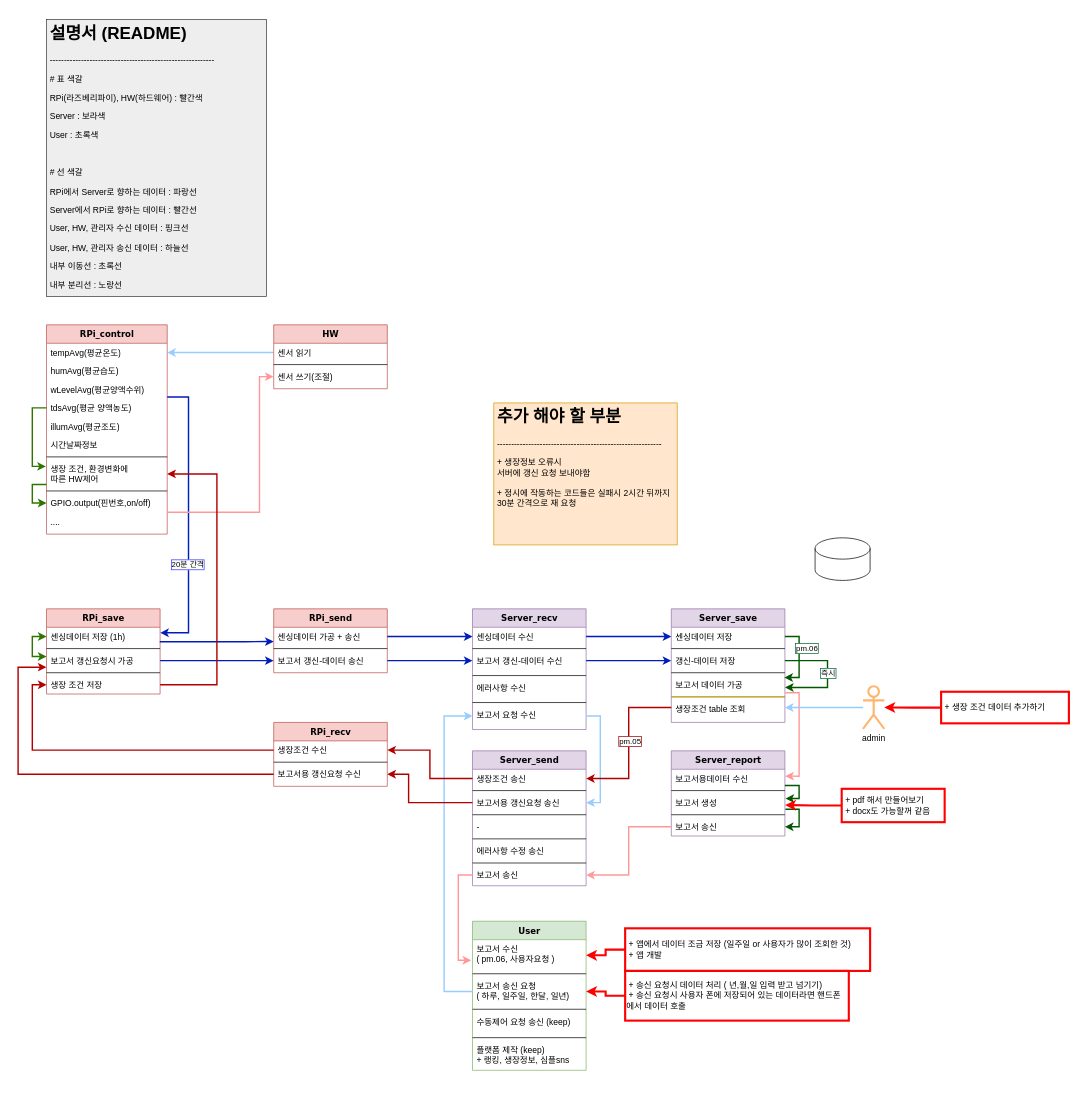
Earlier version of the draw.io diagram blueprint/main_design.drawio (HyeonJi-P/mini_pot). Source tidied: cells renumbered, new cells numbered last; positions are measured from the earlier drawing's top-left corner, leaving out a move shared by most shapes. Both pictures are drawn from the tidied source at 71%, with x=0, y=0 at pixel (18, 19).
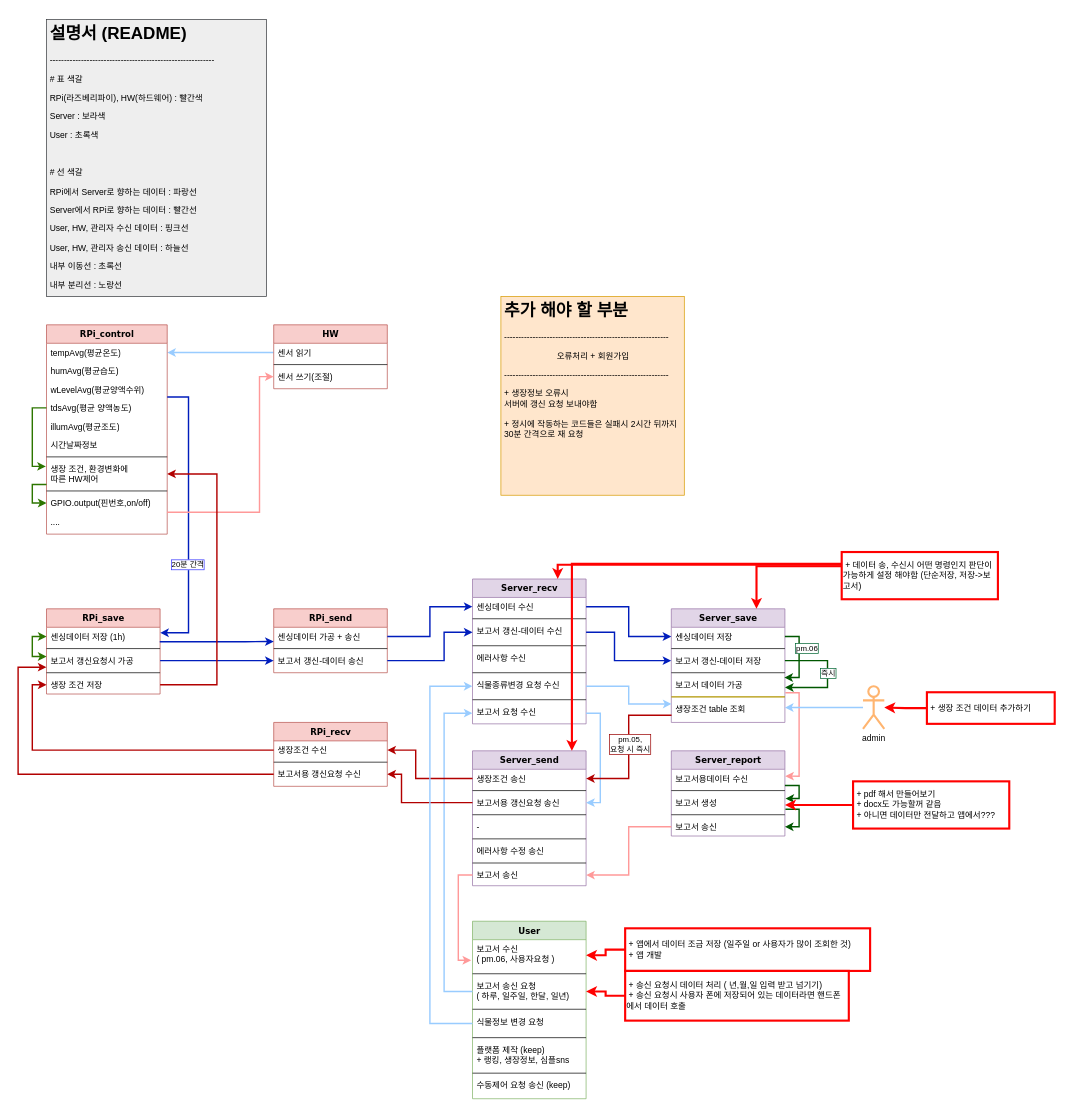
The same page after the edit.

The change refers to these unchanged cells:
```xml
<mxCell id="20" value="보고서 갱신-데이터 송신" style="text;html=1;strokeColor=none;fillColor=none;align=left;verticalAlign=top;spacingLeft=4;spacingRight=4;whiteSpace=wrap;overflow=hidden;points=[[0,0.5],[1,0.5]];portConstraint=eastwest;" parent="17" vertex="1">
  <mxGeometry y="60" width="160" height="26" as="geometry" />
</mxCell>
<mxCell id="22" value="생장조건 수신" style="text;html=1;strokeColor=none;fillColor=none;align=left;verticalAlign=top;spacingLeft=4;spacingRight=4;whiteSpace=wrap;overflow=hidden;points=[[0,0.5],[1,0.5]];portConstraint=eastwest;" parent="21" vertex="1">
  <mxGeometry y="26" width="160" height="26" as="geometry" />
</mxCell>
<mxCell id="24" value="보고서용 갱신요청 수신" style="text;html=1;strokeColor=none;fillColor=none;align=left;verticalAlign=top;spacingLeft=4;spacingRight=4;whiteSpace=wrap;overflow=hidden;points=[[0,0.5],[1,0.5]];portConstraint=eastwest;" parent="21" vertex="1">
  <mxGeometry y="60" width="160" height="26" as="geometry" />
</mxCell>
<mxCell id="32" value="Server_send" style="swimlane;html=1;fontStyle=1;align=center;verticalAlign=top;horizontal=1;startSize=26;swimlaneFillColor=#ffffff;rounded=0;shadow=0;comic=0;labelBackgroundColor=none;strokeWidth=1;fillColor=#e1d5e7;fontFamily=Verdana;fontSize=12;strokeColor=#9673a6;" parent="1" vertex="1">
  <mxGeometry x="640" y="1030" width="160" height="190" as="geometry" />
</mxCell>
<mxCell id="33" value="생장조건 송신" style="text;html=1;strokeColor=none;fillColor=none;align=left;verticalAlign=top;spacingLeft=4;spacingRight=4;whiteSpace=wrap;overflow=hidden;points=[[0,0.5],[1,0.5]];portConstraint=eastwest;" parent="32" vertex="1">
  <mxGeometry y="26" width="160" height="26" as="geometry" />
</mxCell>
<mxCell id="35" value="보고서용 갱신요청 송신" style="text;html=1;strokeColor=none;fillColor=none;align=left;verticalAlign=top;spacingLeft=4;spacingRight=4;whiteSpace=wrap;overflow=hidden;points=[[0,0.5],[1,0.5]];portConstraint=eastwest;" parent="32" vertex="1">
  <mxGeometry y="60" width="160" height="26" as="geometry" />
</mxCell>
<mxCell id="45" value="보고서 갱신-데이터 수신" style="text;html=1;strokeColor=none;fillColor=none;align=left;verticalAlign=top;spacingLeft=4;spacingRight=4;whiteSpace=wrap;overflow=hidden;points=[[0,0.5],[1,0.5]];portConstraint=eastwest;" parent="42" vertex="1">
  <mxGeometry y="60" width="160" height="30" as="geometry" />
</mxCell>
<mxCell id="50" value="Server_save" style="swimlane;html=1;fontStyle=1;align=center;verticalAlign=top;horizontal=1;startSize=26;swimlaneFillColor=#ffffff;rounded=0;shadow=0;comic=0;labelBackgroundColor=none;strokeWidth=1;fillColor=#e1d5e7;fontFamily=Verdana;fontSize=12;strokeColor=#9673a6;" parent="1" vertex="1">
  <mxGeometry x="920" y="830" width="160" height="160" as="geometry" />
</mxCell>
<mxCell id="61" value="생장조건 table 조회" style="text;html=1;strokeColor=none;fillColor=none;align=left;verticalAlign=top;spacingLeft=4;spacingRight=4;whiteSpace=wrap;overflow=hidden;points=[[0,0.5],[1,0.5]];portConstraint=eastwest;" parent="50" vertex="1">
  <mxGeometry y="128" width="160" height="22" as="geometry" />
</mxCell>
<mxCell id="73" value="보고서 송신 요청&lt;br&gt;( 하루, 일주일, 한달, 일년)" style="text;html=1;strokeColor=none;fillColor=none;align=left;verticalAlign=top;spacingLeft=4;spacingRight=4;whiteSpace=wrap;overflow=hidden;points=[[0,0.5],[1,0.5]];portConstraint=eastwest;" parent="70" vertex="1">
  <mxGeometry y="78" width="160" height="42" as="geometry" />
</mxCell>
```

What changed in the source:
```diff
@@
     <mxCell id="42" value="Server_recv" style="swimlane;html=1;fontStyle=1;align=center;verticalAlign=top;horizontal=1;startSize=26;swimlaneFillColor=#ffffff;rounded=0;shadow=0;comic=0;labelBackgroundColor=none;strokeWidth=1;fillColor=#e1d5e7;fontFamily=Verdana;fontSize=12;strokeColor=#9673a6;" parent="1" vertex="1">
-      <mxGeometry x="640" y="830" width="160" height="170" as="geometry" />
+      <mxGeometry x="640" y="788" width="160" height="204" as="geometry" />
     </mxCell>
@@
-    <mxCell id="49" value="보고서 요청 수신" style="text;html=1;strokeColor=none;fillColor=none;align=left;verticalAlign=top;spacingLeft=4;spacingRight=4;whiteSpace=wrap;overflow=hidden;points=[[0,0.5],[1,0.5]];portConstraint=eastwest;" parent="42" vertex="1">
+    <mxCell id="49" value="식물종류변경 요청 수신" style="text;html=1;strokeColor=none;fillColor=none;align=left;verticalAlign=top;spacingLeft=4;spacingRight=4;whiteSpace=wrap;overflow=hidden;points=[[0,0.5],[1,0.5]];portConstraint=eastwest;" parent="42" vertex="1">
       <mxGeometry y="136" width="160" height="30" as="geometry" />
     </mxCell>
+    <mxCell id="116" style="line;html=1;strokeWidth=1;fillColor=none;align=left;verticalAlign=middle;spacingTop=-1;spacingLeft=3;spacingRight=3;labelPosition=right;" parent="42" vertex="1">
+      <mxGeometry y="166" width="160" height="8" as="geometry" />
+    </mxCell>
+    <mxCell id="117" value="보고서 요청 수신" style="text;html=1;strokeColor=none;fillColor=none;align=left;verticalAlign=top;spacingLeft=4;spacingRight=4;whiteSpace=wrap;overflow=hidden;points=[[0,0.5],[1,0.5]];portConstraint=eastwest;" parent="42" vertex="1">
+      <mxGeometry y="174" width="160" height="30" as="geometry" />
+    </mxCell>
@@
-    <mxCell id="55" value="갱신-데이터 저장" style="text;html=1;strokeColor=none;fillColor=none;align=left;verticalAlign=top;spacingLeft=4;spacingRight=4;whiteSpace=wrap;overflow=hidden;points=[[0,0.5],[1,0.5]];portConstraint=eastwest;" parent="50" vertex="1">
+    <mxCell id="55" value="보고서 갱신-데이터 저장" style="text;html=1;strokeColor=none;fillColor=none;align=left;verticalAlign=top;spacingLeft=4;spacingRight=4;whiteSpace=wrap;overflow=hidden;points=[[0,0.5],[1,0.5]];portConstraint=eastwest;" parent="50" vertex="1">
       <mxGeometry y="60" width="160" height="26" as="geometry" />
     </mxCell>
@@
     <mxCell id="70" value="User" style="swimlane;html=1;fontStyle=1;align=center;verticalAlign=top;horizontal=1;startSize=26;swimlaneFillColor=#ffffff;rounded=0;shadow=0;comic=0;labelBackgroundColor=none;strokeWidth=1;fillColor=#d5e8d4;fontFamily=Verdana;fontSize=12;strokeColor=#82b366;" parent="1" vertex="1">
-      <mxGeometry x="640" y="1270" width="160" height="210" as="geometry" />
+      <mxGeometry x="640" y="1270" width="160" height="250" as="geometry" />
     </mxCell>
@@
-    <mxCell id="75" value="수동제어 요청 송신 (keep)" style="text;html=1;strokeColor=none;fillColor=none;align=left;verticalAlign=top;spacingLeft=4;spacingRight=4;whiteSpace=wrap;overflow=hidden;points=[[0,0.5],[1,0.5]];portConstraint=eastwest;" parent="70" vertex="1">
+    <mxCell id="75" value="식물정보 변경 요청" style="text;html=1;strokeColor=none;fillColor=none;align=left;verticalAlign=top;spacingLeft=4;spacingRight=4;whiteSpace=wrap;overflow=hidden;points=[[0,0.5],[1,0.5]];portConstraint=eastwest;" parent="70" vertex="1">
       <mxGeometry y="128" width="160" height="32" as="geometry" />
     </mxCell>
@@
     <mxCell id="77" value="플랫폼 제작 (keep)&lt;br&gt;+ 랭킹, 생장정보, 심플sns" style="text;html=1;strokeColor=none;fillColor=none;align=left;verticalAlign=top;spacingLeft=4;spacingRight=4;whiteSpace=wrap;overflow=hidden;" parent="70" vertex="1">
-      <mxGeometry y="168" width="160" height="32" as="geometry" />
+      <mxGeometry y="168" width="160" height="42" as="geometry" />
     </mxCell>
+    <mxCell id="118" style="line;html=1;strokeWidth=1;fillColor=none;align=left;verticalAlign=middle;spacingTop=-1;spacingLeft=3;spacingRight=3;labelPosition=right;" parent="70" vertex="1">
+      <mxGeometry y="210" width="160" height="8" as="geometry" />
+    </mxCell>
+    <mxCell id="119" value="수동제어 요청 송신 (keep)" style="text;html=1;strokeColor=none;fillColor=none;align=left;verticalAlign=top;spacingLeft=4;spacingRight=4;whiteSpace=wrap;overflow=hidden;" parent="70" vertex="1">
+      <mxGeometry y="218" width="160" height="32" as="geometry" />
+    </mxCell>
@@
-    <mxCell id="84" style="edgeStyle=orthogonalEdgeStyle;rounded=0;jettySize=auto;html=1;exitX=1;exitY=0.5;exitDx=0;exitDy=0;fillColor=#0050ef;strokeColor=#001DBC;strokeWidth=2;" parent="1" edge="1" source="20">
+    <mxCell id="84" style="edgeStyle=orthogonalEdgeStyle;rounded=0;jettySize=auto;html=1;exitX=1;exitY=0.5;exitDx=0;exitDy=0;fillColor=#0050ef;strokeColor=#001DBC;strokeWidth=2;entryX=0;entryY=0.5;entryDx=0;entryDy=0;" parent="1" edge="1" source="20" target="45">
       <mxGeometry relative="1" as="geometry">
-        <mxPoint x="640" y="903" as="targetPoint" />
         <Array as="points">
-          <mxPoint x="640" y="903" />
+          <mxPoint x="600" y="903" />
+          <mxPoint x="600" y="863" />
         </Array>
       </mxGeometry>
     </mxCell>
@@
-    <mxCell id="86" style="edgeStyle=orthogonalEdgeStyle;rounded=0;jettySize=auto;html=1;exitX=0;exitY=0.5;exitDx=0;exitDy=0;fillColor=#b1ddf0;strokeColor=#99CCFF;strokeWidth=2;entryX=0;entryY=0.5;entryDx=0;entryDy=0;jumpStyle=none;" parent="1" edge="1" source="73" target="49">
+    <mxCell id="86" style="edgeStyle=orthogonalEdgeStyle;rounded=0;jettySize=auto;html=1;exitX=0;exitY=0.5;exitDx=0;exitDy=0;fillColor=#b1ddf0;strokeColor=#99CCFF;strokeWidth=2;entryX=0;entryY=0.5;entryDx=0;entryDy=0;jumpStyle=none;" parent="1" edge="1" source="73" target="117">
       <mxGeometry relative="1" as="geometry">
         <Array as="points">
           <mxPoint x="600" y="1369" />
-          <mxPoint x="600" y="981" />
+          <mxPoint x="600" y="977" />
         </Array>
       </mxGeometry>
     </mxCell>
-    <mxCell id="87" style="edgeStyle=orthogonalEdgeStyle;rounded=0;jettySize=auto;html=1;exitX=1;exitY=0.5;exitDx=0;exitDy=0;entryX=1;entryY=0.5;entryDx=0;entryDy=0;fillColor=#e51400;strokeColor=#99CCFF;strokeWidth=2;" parent="1" edge="1" source="49" target="35">
+    <mxCell id="87" style="edgeStyle=orthogonalEdgeStyle;rounded=0;jettySize=auto;html=1;exitX=1;exitY=0.5;exitDx=0;exitDy=0;entryX=1;entryY=0.5;entryDx=0;entryDy=0;fillColor=#e51400;strokeColor=#99CCFF;strokeWidth=2;" parent="1" edge="1" source="117" target="35">
       <mxGeometry relative="1" as="geometry">
         <Array as="points">
-          <mxPoint x="820" y="981" />
+          <mxPoint x="820" y="977" />
           <mxPoint x="820" y="1103" />
         </Array>
       </mxGeometry>
     </mxCell>
@@
     <mxCell id="91" style="edgeStyle=orthogonalEdgeStyle;rounded=0;jettySize=auto;html=1;exitX=0;exitY=0.5;exitDx=0;exitDy=0;entryX=1;entryY=0.5;entryDx=0;entryDy=0;strokeWidth=2;fillColor=#e51400;strokeColor=#B20000;" parent="1" edge="1" source="33" target="22">
       <mxGeometry relative="1" as="geometry">
         <Array as="points">
-          <mxPoint x="580" y="1069" />
-          <mxPoint x="580" y="1029" />
+          <mxPoint x="560" y="1069" />
+          <mxPoint x="560" y="1029" />
         </Array>
       </mxGeometry>
     </mxCell>
     <mxCell id="92" style="edgeStyle=orthogonalEdgeStyle;rounded=0;jettySize=auto;html=1;exitX=0;exitY=0.5;exitDx=0;exitDy=0;entryX=1;entryY=0.5;entryDx=0;entryDy=0;strokeWidth=2;fillColor=#e51400;strokeColor=#B20000;" parent="1" edge="1" source="35" target="24">
       <mxGeometry relative="1" as="geometry">
         <Array as="points">
-          <mxPoint x="550" y="1103" />
-          <mxPoint x="550" y="1063" />
+          <mxPoint x="540" y="1103" />
+          <mxPoint x="540" y="1063" />
         </Array>
       </mxGeometry>
     </mxCell>
@@
-    <mxCell id="94" style="edgeStyle=orthogonalEdgeStyle;rounded=0;jettySize=auto;html=1;exitX=0;exitY=0.5;exitDx=0;exitDy=0;entryX=1;entryY=0.5;entryDx=0;entryDy=0;fillColor=#e51400;strokeColor=#B20000;strokeWidth=2;" parent="1" edge="1" source="61" target="33">
-      <mxGeometry relative="1" as="geometry" />
+    <mxCell id="94" style="edgeStyle=orthogonalEdgeStyle;rounded=0;jettySize=auto;html=1;exitX=0.002;exitY=0.992;exitDx=0;exitDy=0;entryX=1;entryY=0.5;entryDx=0;entryDy=0;fillColor=#e51400;strokeColor=#B20000;strokeWidth=2;exitPerimeter=0;" parent="1" edge="1" source="61" target="33">
+      <mxGeometry relative="1" as="geometry">
+        <Array as="points">
+          <mxPoint x="860" y="980" />
+          <mxPoint x="860" y="1069" />
+        </Array>
+      </mxGeometry>
     </mxCell>
-    <mxCell id="95" value="pm.05" style="edgeLabel;html=1;align=center;verticalAlign=middle;labelBorderColor=#990000;" parent="94" vertex="1">
+    <mxCell id="95" value="pm.05,&lt;br&gt;요청 시 즉시" style="edgeLabel;html=1;align=center;verticalAlign=middle;labelBorderColor=#990000;" parent="94" vertex="1">
       <mxGeometry x="0.19" y="1" relative="1" as="geometry">
         <mxPoint y="-24" as="offset" />
       </mxGeometry>
     </mxCell>
-    <mxCell id="96" style="edgeStyle=orthogonalEdgeStyle;rounded=0;jettySize=auto;html=1;entryX=0;entryY=0.5;entryDx=0;entryDy=0;startArrow=none;startFill=0;strokeWidth=2;fillColor=#0050ef;strokeColor=#001DBC;" parent="1" edge="1" source="45" target="55">
+    <mxCell id="96" style="edgeStyle=orthogonalEdgeStyle;rounded=0;jettySize=auto;html=1;entryX=0;entryY=0.5;entryDx=0;entryDy=0;startArrow=none;startFill=0;strokeWidth=2;fillColor=#0050ef;strokeColor=#001DBC;exitX=1;exitY=0.5;exitDx=0;exitDy=0;" parent="1" edge="1" source="45" target="55">
       <mxGeometry relative="1" as="geometry">
         <Array as="points">
-          <mxPoint x="850" y="903" />
-          <mxPoint x="850" y="903" />
+          <mxPoint x="840" y="863" />
+          <mxPoint x="840" y="903" />
         </Array>
       </mxGeometry>
     </mxCell>
@@
-    <mxCell id="103" value="&lt;h1&gt;추가 해야 할 부분&lt;/h1&gt;&lt;p&gt;----------------------------------------------------------&lt;/p&gt;&lt;p&gt;&lt;span style=&quot;text-align: center&quot;&gt;+ 생장정보 오류시&lt;/span&gt;&lt;br style=&quot;text-align: center&quot;&gt;&lt;span style=&quot;text-align: center&quot;&gt;서버에 갱신 요청 보내야함&lt;/span&gt;&lt;br style=&quot;text-align: center&quot;&gt;&lt;br style=&quot;text-align: center&quot;&gt;&lt;span style=&quot;text-align: center&quot;&gt;+ 정시에 작동하는 코드들은 실패시 2시간 뒤까지 30분 간격으로 재 요청&lt;/span&gt;&lt;br&gt;&lt;/p&gt;" style="text;html=1;strokeColor=#d79b00;fillColor=#ffe6cc;spacing=5;spacingTop=-20;whiteSpace=wrap;overflow=hidden;rounded=0;" parent="1" vertex="1">
-      <mxGeometry x="670" y="540" width="258.3" height="200" as="geometry" />
+    <mxCell id="103" value="&lt;h1&gt;추가 해야 할 부분&lt;/h1&gt;&lt;p&gt;----------------------------------------------------------&lt;/p&gt;&lt;p style=&quot;text-align: center&quot;&gt;오류처리 + 회원가입&lt;/p&gt;&lt;p&gt;&lt;span&gt;----------------------------------------------------------&lt;/span&gt;&lt;br&gt;&lt;/p&gt;&lt;p&gt;&lt;span style=&quot;text-align: center&quot;&gt;+ 생장정보 오류시&lt;/span&gt;&lt;br style=&quot;text-align: center&quot;&gt;&lt;span style=&quot;text-align: center&quot;&gt;서버에 갱신 요청 보내야함&lt;/span&gt;&lt;br style=&quot;text-align: center&quot;&gt;&lt;br style=&quot;text-align: center&quot;&gt;&lt;span style=&quot;text-align: center&quot;&gt;+ 정시에 작동하는 코드들은 실패시 2시간 뒤까지 30분 간격으로 재 요청&lt;/span&gt;&lt;br&gt;&lt;/p&gt;" style="text;html=1;strokeColor=#d79b00;fillColor=#ffe6cc;spacing=5;spacingTop=-20;whiteSpace=wrap;overflow=hidden;rounded=0;" parent="1" vertex="1">
+      <mxGeometry x="680" y="390" width="258.3" height="280" as="geometry" />
     </mxCell>
@@
-    <mxCell id="109" value="&lt;div&gt;&lt;span&gt;&amp;nbsp;+ pdf 해서 만들어보기&lt;/span&gt;&lt;/div&gt;&lt;div&gt;&lt;span&gt;&amp;nbsp;+ docx도 가능할꺼 같음&amp;nbsp;&lt;/span&gt;&lt;/div&gt;" style="text;html=1;align=left;verticalAlign=middle;whiteSpace=wrap;rounded=0;strokeWidth=3;strokeColor=#FF0000;" parent="1" vertex="1">
-      <mxGeometry x="1160" y="1083.5" width="145" height="47" as="geometry" />
+    <mxCell id="109" value="&lt;div&gt;&lt;span&gt;&amp;nbsp;+ pdf 해서 만들어보기&lt;/span&gt;&lt;/div&gt;&lt;div&gt;&lt;span&gt;&amp;nbsp;+ docx도 가능할꺼 같음&lt;/span&gt;&lt;/div&gt;&lt;div&gt;&lt;span&gt;&amp;nbsp;+ 아니면 데이터만 전달하고 앱에서???&amp;nbsp;&lt;/span&gt;&lt;/div&gt;" style="text;html=1;align=left;verticalAlign=middle;whiteSpace=wrap;rounded=0;strokeWidth=3;strokeColor=#FF0000;" parent="1" vertex="1">
+      <mxGeometry x="1176" y="1073" width="220" height="66.5" as="geometry" />
     </mxCell>
@@
     <mxCell id="114" value="&amp;nbsp;+ 생장 조건 데이터 추가하기" style="text;html=1;align=left;verticalAlign=middle;whiteSpace=wrap;rounded=0;strokeWidth=3;strokeColor=#FF0000;" parent="1" vertex="1">
-      <mxGeometry x="1300" y="946.8" width="180" height="44.5" as="geometry" />
+      <mxGeometry x="1280" y="947.5" width="180" height="44.5" as="geometry" />
     </mxCell>
-    <mxCell id="115" style="shape=cylinder3;whiteSpace=wrap;html=1;boundedLbl=1;backgroundOutline=1;size=15;" parent="1" vertex="1">
-      <mxGeometry x="1122.5" y="730" width="77.5" height="60" as="geometry" />
-    </mxCell>
+    <mxCell id="120" style="edgeStyle=orthogonalEdgeStyle;rounded=0;jettySize=auto;html=1;entryX=0;entryY=0.5;entryDx=0;entryDy=0;strokeWidth=2;strokeColor=#99CCFF;" parent="1" edge="1" source="75" target="49">
+      <mxGeometry relative="1" as="geometry">
+        <Array as="points">
+          <mxPoint x="580" y="1414" />
+          <mxPoint x="580" y="939" />
+        </Array>
+      </mxGeometry>
+    </mxCell>
+    <mxCell id="121" style="edgeStyle=orthogonalEdgeStyle;rounded=0;jettySize=auto;html=1;entryX=0.002;entryY=0.273;entryDx=0;entryDy=0;entryPerimeter=0;strokeColor=#99CCFF;strokeWidth=2;" parent="1" edge="1" source="49" target="61">
+      <mxGeometry relative="1" as="geometry" />
+    </mxCell>
+    <mxCell id="122" style="edgeStyle=orthogonalEdgeStyle;rounded=0;jettySize=auto;html=1;entryX=0.75;entryY=0;entryDx=0;entryDy=0;strokeWidth=3;strokeColor=#FF0000;" parent="1" edge="1" source="125" target="50">
+      <mxGeometry relative="1" as="geometry">
+        <Array as="points">
+          <mxPoint x="1040" y="770" />
+        </Array>
+      </mxGeometry>
+    </mxCell>
+    <mxCell id="123" style="edgeStyle=orthogonalEdgeStyle;rounded=0;jettySize=auto;html=1;entryX=0.75;entryY=0;entryDx=0;entryDy=0;strokeColor=#FF0000;strokeWidth=3;" parent="1" edge="1" source="125" target="42">
+      <mxGeometry relative="1" as="geometry">
+        <Array as="points">
+          <mxPoint x="760" y="768" />
+        </Array>
+      </mxGeometry>
+    </mxCell>
+    <mxCell id="124" style="edgeStyle=orthogonalEdgeStyle;rounded=0;jettySize=auto;html=1;exitX=0;exitY=0.25;exitDx=0;exitDy=0;entryX=0.875;entryY=0;entryDx=0;entryDy=0;entryPerimeter=0;strokeColor=#FF0000;strokeWidth=3;" parent="1" edge="1" source="125" target="32">
+      <mxGeometry relative="1" as="geometry" />
+    </mxCell>
+    <mxCell id="125" value="&amp;nbsp;+ 데이터 송, 수신시 어떤 명령인지 판단이 가능하게 설정 해야함 (단순저장, 저장-&amp;gt;보고서)" style="text;html=1;align=left;verticalAlign=middle;whiteSpace=wrap;rounded=0;strokeWidth=3;strokeColor=#FF0000;" parent="1" vertex="1">
+      <mxGeometry x="1160" y="750" width="220" height="66.5" as="geometry" />
+    </mxCell>
```
